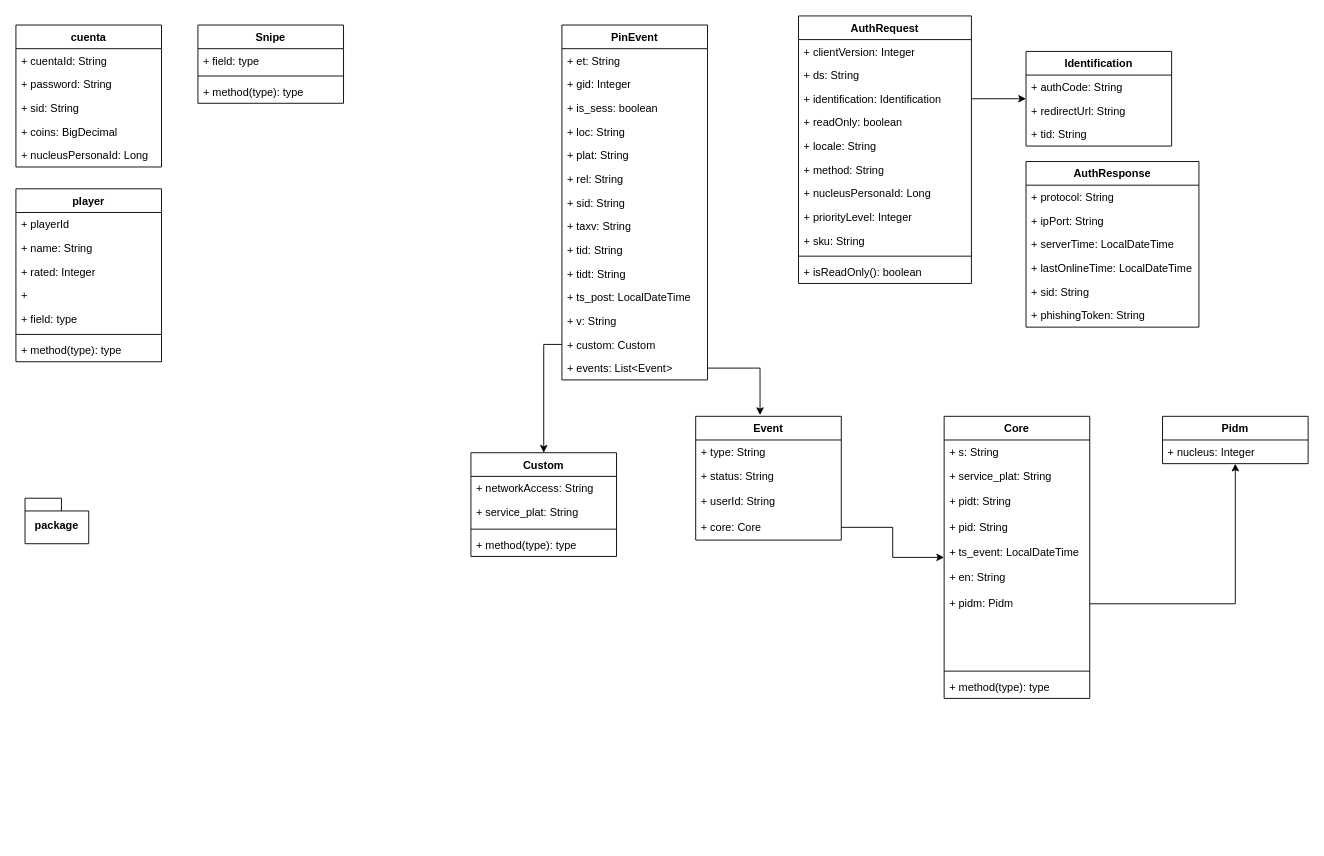
marco181818/fifa_uml keeps this draw.io diagram as Api Diagram.drawio. Above is the earlier version. Source tidied: cells renumbered, new cells numbered last; positions are measured from the earlier drawing's top-left corner, leaving out a move shared by most shapes. Both pictures are drawn from the tidied source at 91%, with x=0, y=0 at pixel (15, 15).
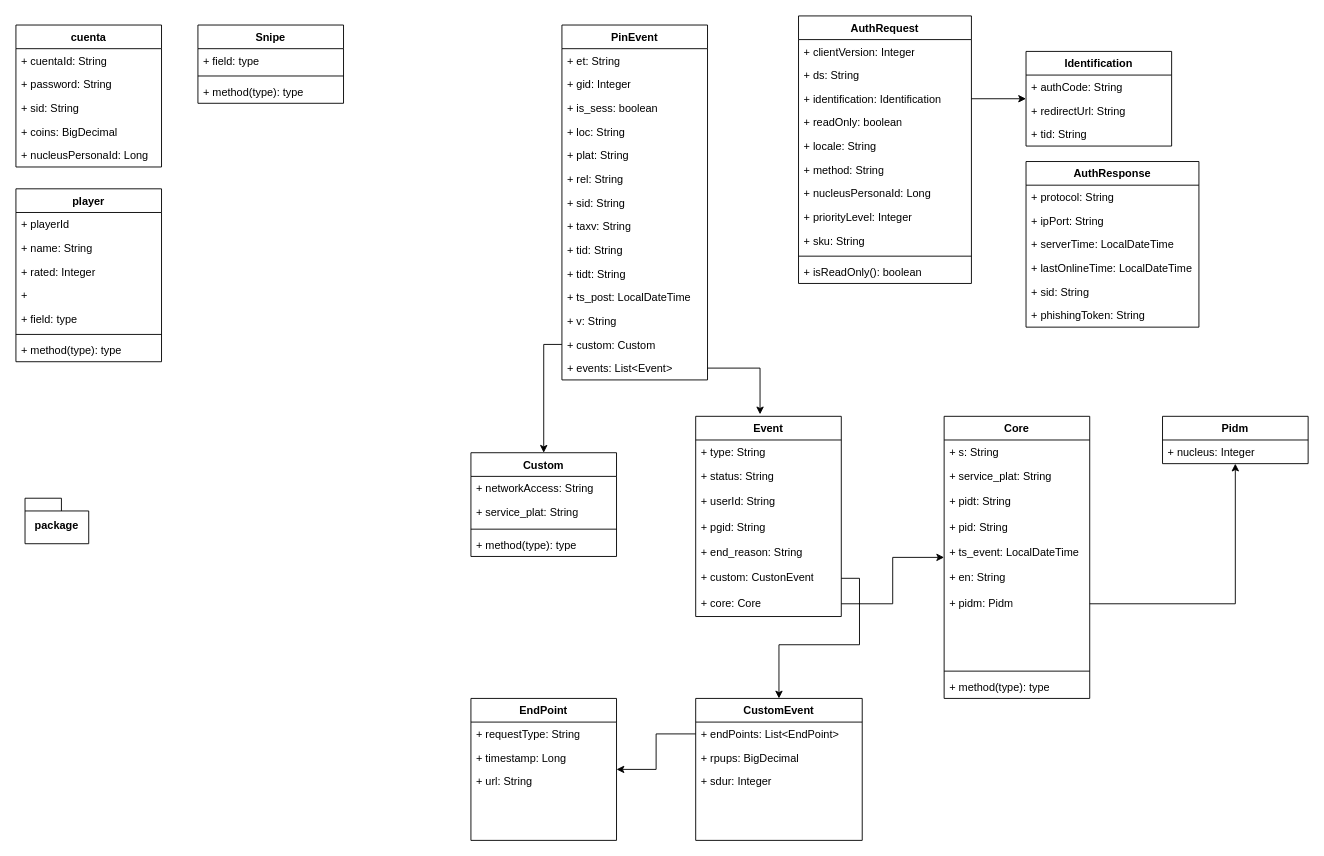
The same page after the edit.

Commit message:
Add class custom to events

Diff of the diagram source:
```diff
@@
     <mxCell id="66" value="Event" style="swimlane;fontStyle=1;align=center;verticalAlign=top;horizontal=1;startSize=26;whiteSpace=wrap;html=1;" parent="1" vertex="1">
-      <mxGeometry x="747" y="440" width="160" height="136" as="geometry" />
+      <mxGeometry x="747" y="440" width="160" height="220" as="geometry" />
     </mxCell>
@@
+    <mxCell id="88" value="+ pgid: String" style="text;strokeColor=none;fillColor=none;align=left;verticalAlign=top;spacingLeft=4;spacingRight=4;overflow=hidden;whiteSpace=wrap;html=1;" parent="66" vertex="1">
+      <mxGeometry y="108" width="160" height="28" as="geometry" />
+    </mxCell>
+    <mxCell id="89" value="+ end_reason: String" style="text;strokeColor=none;fillColor=none;align=left;verticalAlign=top;spacingLeft=4;spacingRight=4;overflow=hidden;whiteSpace=wrap;html=1;" parent="66" vertex="1">
+      <mxGeometry y="136" width="160" height="28" as="geometry" />
+    </mxCell>
+    <mxCell id="90" value="+ custom: CustonEvent" style="text;strokeColor=none;fillColor=none;align=left;verticalAlign=top;spacingLeft=4;spacingRight=4;overflow=hidden;points=[[0,0.5],[1,0.5]];portConstraint=eastwest;whiteSpace=wrap;html=1;" parent="66" vertex="1">
+      <mxGeometry y="164" width="160" height="28" as="geometry" />
+    </mxCell>
     <mxCell id="70" value="+ core: Core" style="text;strokeColor=none;fillColor=none;align=left;verticalAlign=top;spacingLeft=4;spacingRight=4;overflow=hidden;points=[[0,0.5],[1,0.5]];portConstraint=eastwest;whiteSpace=wrap;html=1;" parent="66" vertex="1">
-      <mxGeometry y="108" width="160" height="28" as="geometry" />
+      <mxGeometry y="192" width="160" height="28" as="geometry" />
     </mxCell>
@@
+    <mxCell id="91" value="CustomEvent" style="swimlane;fontStyle=1;align=center;verticalAlign=top;horizontal=1;startSize=26;whiteSpace=wrap;html=1;" parent="1" vertex="1">
+      <mxGeometry x="747" y="750" width="183" height="156" as="geometry" />
+    </mxCell>
+    <mxCell id="92" value="+ endPoints: List&amp;lt;EndPoint&amp;gt;" style="text;strokeColor=none;fillColor=none;align=left;verticalAlign=top;spacingLeft=4;spacingRight=4;overflow=hidden;points=[[0,0.5],[1,0.5]];portConstraint=eastwest;whiteSpace=wrap;html=1;" parent="91" vertex="1">
+      <mxGeometry y="26" width="183" height="26" as="geometry" />
+    </mxCell>
+    <mxCell id="93" value="+ rpups: BigDecimal" style="text;strokeColor=none;fillColor=none;align=left;verticalAlign=top;spacingLeft=4;spacingRight=4;overflow=hidden;whiteSpace=wrap;html=1;" parent="91" vertex="1">
+      <mxGeometry y="52" width="183" height="26" as="geometry" />
+    </mxCell>
+    <mxCell id="94" value="+ sdur: Integer" style="text;strokeColor=none;fillColor=none;align=left;verticalAlign=top;spacingLeft=4;spacingRight=4;overflow=hidden;whiteSpace=wrap;html=1;" parent="91" vertex="1">
+      <mxGeometry y="78" width="183" height="26" as="geometry" />
+    </mxCell>
+    <mxCell id="95" style="text;strokeColor=none;fillColor=none;align=left;verticalAlign=top;spacingLeft=4;spacingRight=4;overflow=hidden;whiteSpace=wrap;html=1;" parent="91" vertex="1">
+      <mxGeometry y="104" width="183" height="26" as="geometry" />
+    </mxCell>
+    <mxCell id="96" style="text;strokeColor=none;fillColor=none;align=left;verticalAlign=top;spacingLeft=4;spacingRight=4;overflow=hidden;whiteSpace=wrap;html=1;" parent="91" vertex="1">
+      <mxGeometry y="130" width="183" height="26" as="geometry" />
+    </mxCell>
+    <mxCell id="97" style="edgeStyle=orthogonalEdgeStyle;rounded=0;jettySize=auto;html=1;" parent="1" edge="1" source="90" target="91">
+      <mxGeometry relative="1" as="geometry" />
+    </mxCell>
+    <mxCell id="98" value="EndPoint" style="swimlane;fontStyle=1;align=center;verticalAlign=top;horizontal=1;startSize=26;whiteSpace=wrap;html=1;" parent="1" vertex="1">
+      <mxGeometry x="500" y="750" width="160" height="156" as="geometry" />
+    </mxCell>
+    <mxCell id="99" value="+ requestType: String" style="text;strokeColor=none;fillColor=none;align=left;verticalAlign=top;spacingLeft=4;spacingRight=4;overflow=hidden;whiteSpace=wrap;html=1;" parent="98" vertex="1">
+      <mxGeometry y="26" width="160" height="26" as="geometry" />
+    </mxCell>
+    <mxCell id="100" value="+ timestamp: Long" style="text;strokeColor=none;fillColor=none;align=left;verticalAlign=top;spacingLeft=4;spacingRight=4;overflow=hidden;whiteSpace=wrap;html=1;" parent="98" vertex="1">
+      <mxGeometry y="52" width="160" height="26" as="geometry" />
+    </mxCell>
+    <mxCell id="101" value="+ url: String" style="text;strokeColor=none;fillColor=none;align=left;verticalAlign=top;spacingLeft=4;spacingRight=4;overflow=hidden;whiteSpace=wrap;html=1;" parent="98" vertex="1">
+      <mxGeometry y="78" width="160" height="26" as="geometry" />
+    </mxCell>
+    <mxCell id="102" style="text;strokeColor=none;fillColor=none;align=left;verticalAlign=top;spacingLeft=4;spacingRight=4;overflow=hidden;whiteSpace=wrap;html=1;" parent="98" vertex="1">
+      <mxGeometry y="104" width="160" height="26" as="geometry" />
+    </mxCell>
+    <mxCell id="103" style="text;strokeColor=none;fillColor=none;align=left;verticalAlign=top;spacingLeft=4;spacingRight=4;overflow=hidden;whiteSpace=wrap;html=1;" parent="98" vertex="1">
+      <mxGeometry y="130" width="160" height="26" as="geometry" />
+    </mxCell>
+    <mxCell id="104" style="edgeStyle=orthogonalEdgeStyle;rounded=0;jettySize=auto;html=1;" parent="1" edge="1" source="92" target="98">
+      <mxGeometry relative="1" as="geometry" />
+    </mxCell>
```
